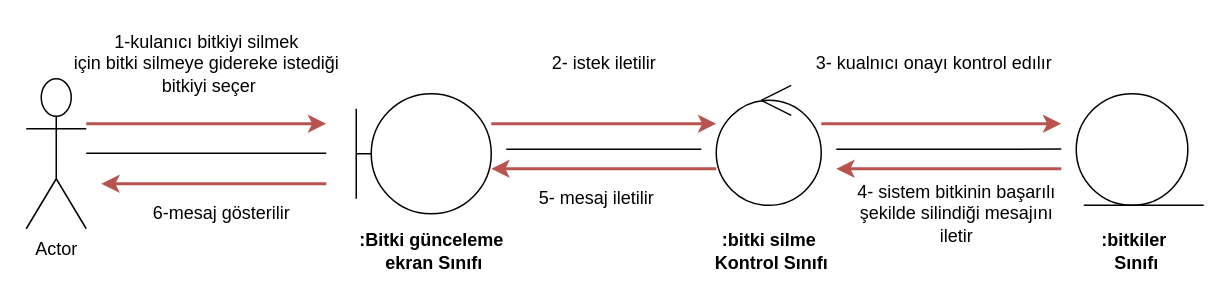
Before: proje3/Untitled Diagram.drawio in SuleymanKabayel/Odev2, a draw.io diagram. Source tidied: cells renumbered, new cells numbered last; positions are measured from the earlier drawing's top-left corner, leaving out a move shared by most shapes. Both pictures are drawn from the tidied source at 150%, with x=0, y=0 at pixel (26, 26).
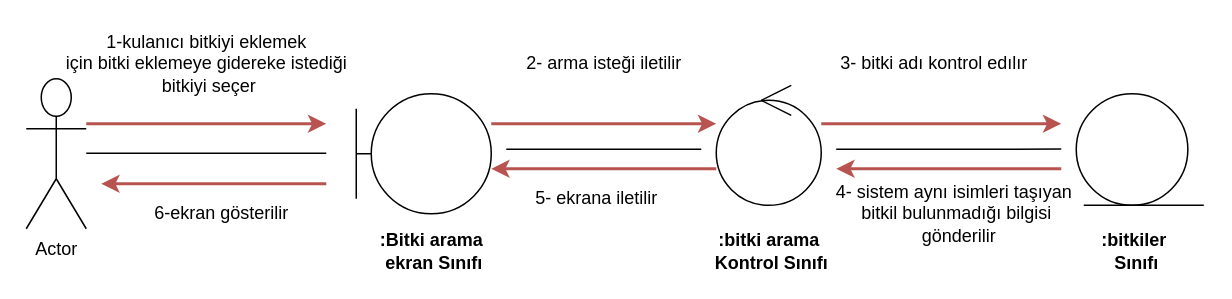
The same page after the edit.

What changed in the source:
```diff
@@
-    <mxCell id="20" value=":Bitki günceleme&lt;br&gt;&amp;nbsp;ekran Sınıfı" style="text;html=1;align=center;verticalAlign=middle;fillColor=none;strokeColor=none;rounded=0;fontStyle=1;" parent="1" vertex="1">
-      <mxGeometry x="215" y="135" width="110" height="30" as="geometry" />
+    <mxCell id="20" value=":Bitki arama&lt;br&gt;&amp;nbsp;ekran Sınıfı" style="text;html=1;align=center;verticalAlign=middle;fillColor=none;strokeColor=none;rounded=0;fontStyle=1;" parent="1" vertex="1">
+      <mxGeometry x="230" y="135" width="80" height="30" as="geometry" />
     </mxCell>
-    <mxCell id="21" value=":bitki silme&lt;br&gt;&amp;nbsp;Kontrol Sınıfı" style="text;html=1;align=center;verticalAlign=middle;fillColor=none;strokeColor=none;rounded=0;fontStyle=1;" parent="1" vertex="1">
+    <mxCell id="21" value=":bitki arama&lt;br&gt;&amp;nbsp;Kontrol Sınıfı" style="text;html=1;align=center;verticalAlign=middle;fillColor=none;strokeColor=none;rounded=0;fontStyle=1;" parent="1" vertex="1">
       <mxGeometry x="450" y="135" width="90" height="30" as="geometry" />
     </mxCell>
@@
-    <mxCell id="23" value="1-kulanıcı bitkiyi silmek&lt;br&gt;için bitki silmeye gidereke istediği&lt;br&gt;&amp;nbsp;bitkiyi seçer" style="text;html=1;align=center;verticalAlign=middle;fillColor=none;strokeColor=none;rounded=0;" parent="1" vertex="1">
-      <mxGeometry x="25" width="190" height="50" as="geometry" />
+    <mxCell id="23" value="1-kulanıcı bitkiyi eklemek&lt;br&gt;için bitki eklemeye gidereke istediği&lt;br&gt;&amp;nbsp;bitkiyi seçer" style="text;html=1;align=center;verticalAlign=middle;fillColor=none;strokeColor=none;rounded=0;" parent="1" vertex="1">
+      <mxGeometry x="20" width="200" height="50" as="geometry" />
     </mxCell>
-    <mxCell id="24" value="2- istek iletilir" style="text;html=1;align=center;verticalAlign=middle;fillColor=none;strokeColor=none;rounded=0;" parent="1" vertex="1">
-      <mxGeometry x="345" y="15" width="80" height="20" as="geometry" />
+    <mxCell id="24" value="2- arma isteği iletilir" style="text;html=1;align=center;verticalAlign=middle;fillColor=none;strokeColor=none;rounded=0;" parent="1" vertex="1">
+      <mxGeometry x="325" y="15" width="120" height="20" as="geometry" />
     </mxCell>
-    <mxCell id="25" value="3- kualnıcı onayı kontrol edılır" style="text;html=1;align=center;verticalAlign=middle;fillColor=none;strokeColor=none;rounded=0;" parent="1" vertex="1">
-      <mxGeometry x="520" y="15" width="170" height="20" as="geometry" />
+    <mxCell id="25" value="3- bitki adı kontrol edılır" style="text;html=1;align=center;verticalAlign=middle;fillColor=none;strokeColor=none;rounded=0;" parent="1" vertex="1">
+      <mxGeometry x="535" y="15" width="140" height="20" as="geometry" />
     </mxCell>
-    <mxCell id="26" value="4- sistem bitkinin başarılı&lt;br&gt;şekilde silindiği mesajını&lt;br&gt;iletir" style="text;html=1;align=center;verticalAlign=middle;fillColor=none;strokeColor=none;rounded=0;" parent="1" vertex="1">
-      <mxGeometry x="545" y="100" width="150" height="50" as="geometry" />
+    <mxCell id="26" value="4- sistem aynı isimleri taşıyan&amp;nbsp;&lt;br&gt;bitkil bulunmadığı bilgisi&lt;br&gt;&amp;nbsp;gönderilir" style="text;html=1;align=center;verticalAlign=middle;fillColor=none;strokeColor=none;rounded=0;" parent="1" vertex="1">
+      <mxGeometry x="530" y="100" width="180" height="50" as="geometry" />
     </mxCell>
-    <mxCell id="27" value="5- mesaj iletilir" style="text;html=1;align=center;verticalAlign=middle;fillColor=none;strokeColor=none;rounded=0;" parent="1" vertex="1">
-      <mxGeometry x="335" y="105" width="90" height="20" as="geometry" />
+    <mxCell id="27" value="5- ekrana iletilir" style="text;html=1;align=center;verticalAlign=middle;fillColor=none;strokeColor=none;rounded=0;" parent="1" vertex="1">
+      <mxGeometry x="330" y="105" width="100" height="20" as="geometry" />
     </mxCell>
-    <mxCell id="28" value="6-mesaj gösterilir" style="text;html=1;align=center;verticalAlign=middle;fillColor=none;strokeColor=none;rounded=0;" parent="1" vertex="1">
-      <mxGeometry x="75" y="115" width="110" height="20" as="geometry" />
+    <mxCell id="28" value="6-ekran gösterilir" style="text;html=1;align=center;verticalAlign=middle;fillColor=none;strokeColor=none;rounded=0;" parent="1" vertex="1">
+      <mxGeometry x="80" y="115" width="100" height="20" as="geometry" />
     </mxCell>
```
